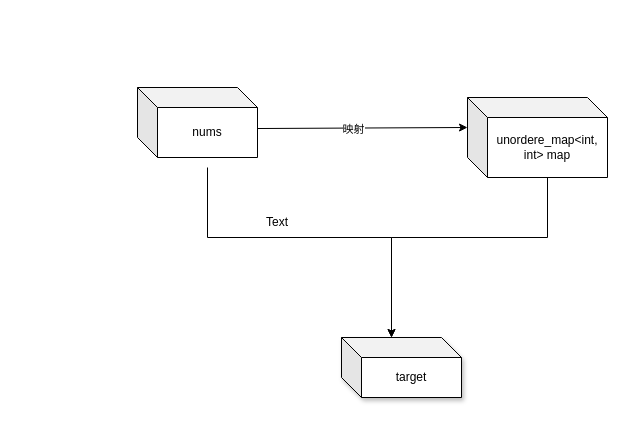
Earlier version of the draw.io diagram .drawio (177-Liukuan/MyPicture). Source tidied: cells renumbered, new cells numbered last; positions are measured from the earlier drawing's top-left corner, leaving out a move shared by most shapes. Both pictures are drawn from the tidied source at 100%, with x=0, y=0 at pixel (137, 87).
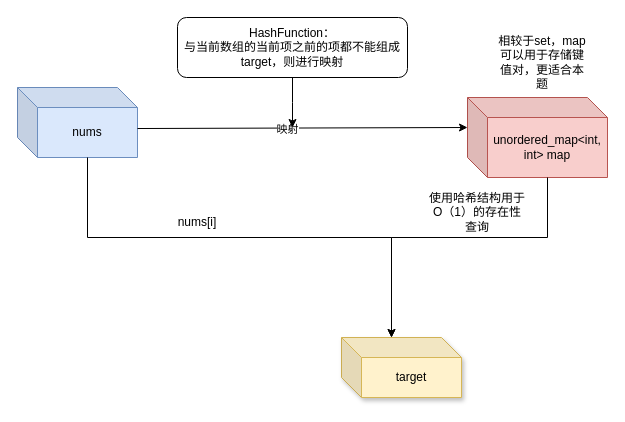
The same diagram, later.

Change to the diagram source:
```diff
@@
 <mxGraphModel>
   <root>
     <mxCell id="0" />
     <mxCell id="1" parent="0" />
-    <mxCell id="2" value="target" style="shape=cube;whiteSpace=wrap;html=1;boundedLbl=1;backgroundOutline=1;darkOpacity=0.05;darkOpacity2=0.1;shadow=1;" parent="1" vertex="1">
+    <mxCell id="2" value="target" style="shape=cube;whiteSpace=wrap;html=1;boundedLbl=1;backgroundOutline=1;darkOpacity=0.05;darkOpacity2=0.1;shadow=1;fillColor=#fff2cc;strokeColor=#d6b656;" parent="1" vertex="1">
       <mxGeometry x="204" y="250" width="120" height="60" as="geometry" />
     </mxCell>
-    <mxCell id="3" value="nums" style="shape=cube;whiteSpace=wrap;html=1;boundedLbl=1;backgroundOutline=1;darkOpacity=0.05;darkOpacity2=0.1;" parent="1" vertex="1">
-      <mxGeometry width="120" height="70" as="geometry" />
+    <mxCell id="3" value="nums" style="shape=cube;whiteSpace=wrap;html=1;boundedLbl=1;backgroundOutline=1;darkOpacity=0.05;darkOpacity2=0.1;fillColor=#dae8fc;strokeColor=#6c8ebf;" parent="1" vertex="1">
+      <mxGeometry x="-120" width="120" height="70" as="geometry" />
     </mxCell>
-    <mxCell id="4" value="unordere_map&amp;lt;int, int&amp;gt; map" style="shape=cube;whiteSpace=wrap;html=1;boundedLbl=1;backgroundOutline=1;darkOpacity=0.05;darkOpacity2=0.1;" parent="1" vertex="1">
+    <mxCell id="4" value="unordered_map&amp;lt;int, int&amp;gt; map" style="shape=cube;whiteSpace=wrap;html=1;boundedLbl=1;backgroundOutline=1;darkOpacity=0.05;darkOpacity2=0.1;fillColor=#f8cecc;strokeColor=#b85450;" parent="1" vertex="1">
       <mxGeometry x="330" y="10" width="140" height="80" as="geometry" />
     </mxCell>
     <mxCell id="5" style="endArrow=classic;html=1;rounded=0;entryX=0;entryY=0;entryDx=0;entryDy=30;entryPerimeter=0;exitX=1;exitY=0.586;exitDx=0;exitDy=0;exitPerimeter=0;" parent="1" edge="1" source="3" target="4">
       <mxGeometry relative="1" as="geometry" />
     </mxCell>
     <mxCell id="6" value="映射" style="edgeLabel;html=1;align=center;verticalAlign=middle;" parent="5" vertex="1">
       <mxGeometry x="-0.1" y="-1" relative="1" as="geometry" />
     </mxCell>
-    <mxCell id="7" style="endArrow=classic;html=1;rounded=0;entryX=0;entryY=0;entryDx=50;entryDy=0;entryPerimeter=0;edgeStyle=orthogonalEdgeStyle;" parent="1" edge="1" target="2">
+    <mxCell id="7" style="endArrow=classic;html=1;rounded=0;entryX=0;entryY=0;entryDx=50;entryDy=0;entryPerimeter=0;edgeStyle=orthogonalEdgeStyle;exitX=0;exitY=0;exitDx=70;exitDy=70;exitPerimeter=0;" parent="1" edge="1" source="3" target="2">
       <mxGeometry relative="1" as="geometry">
-        <mxPoint x="70" y="80" as="sourcePoint" />
         <Array as="points">
-          <mxPoint x="70" y="150" />
+          <mxPoint x="-50" y="150" />
           <mxPoint x="254" y="150" />
         </Array>
       </mxGeometry>
     </mxCell>
     <mxCell id="8" style="endArrow=classic;html=1;rounded=0;entryX=0;entryY=0;entryDx=50;entryDy=0;entryPerimeter=0;exitX=0;exitY=0;exitDx=80;exitDy=80;exitPerimeter=0;edgeStyle=orthogonalEdgeStyle;" parent="1" edge="1" source="4" target="2">
       <mxGeometry relative="1" as="geometry">
         <Array as="points">
           <mxPoint x="410" y="150" />
           <mxPoint x="254" y="150" />
         </Array>
       </mxGeometry>
     </mxCell>
-    <mxCell id="9" value="Text" style="text;html=1;strokeColor=none;fillColor=none;align=center;verticalAlign=middle;whiteSpace=wrap;rounded=0;" parent="1" vertex="1">
-      <mxGeometry x="110" y="120" width="60" height="30" as="geometry" />
+    <mxCell id="9" value="nums[i]" style="text;html=1;strokeColor=none;fillColor=none;align=center;verticalAlign=middle;whiteSpace=wrap;rounded=0;" parent="1" vertex="1">
+      <mxGeometry x="30" y="120" width="60" height="30" as="geometry" />
     </mxCell>
+    <mxCell id="10" value="相较于set，map可以用于存储键值对，更适合本题" style="text;html=1;strokeColor=none;fillColor=none;align=center;verticalAlign=middle;whiteSpace=wrap;rounded=0;" parent="1" vertex="1">
+      <mxGeometry x="360" y="-40" width="90" height="30" as="geometry" />
+    </mxCell>
+    <mxCell id="11" style="edgeStyle=orthogonalEdgeStyle;rounded=0;jettySize=auto;html=1;" parent="1" edge="1" source="12">
+      <mxGeometry relative="1" as="geometry">
+        <mxPoint x="155" y="40" as="targetPoint" />
+      </mxGeometry>
+    </mxCell>
+    <mxCell id="12" value="HashFunction：&lt;br&gt;与当前数组的当前项之前的项都不能组成target，则进行映射" style="rounded=1;whiteSpace=wrap;html=1;" parent="1" vertex="1">
+      <mxGeometry x="40" y="-70" width="230" height="60" as="geometry" />
+    </mxCell>
+    <mxCell id="13" value="使用哈希结构用于O（1）的存在性查询" style="text;html=1;strokeColor=none;fillColor=none;align=center;verticalAlign=middle;whiteSpace=wrap;rounded=0;" parent="1" vertex="1">
+      <mxGeometry x="290" y="110" width="100" height="30" as="geometry" />
+    </mxCell>
   </root>
 </mxGraphModel>
```
